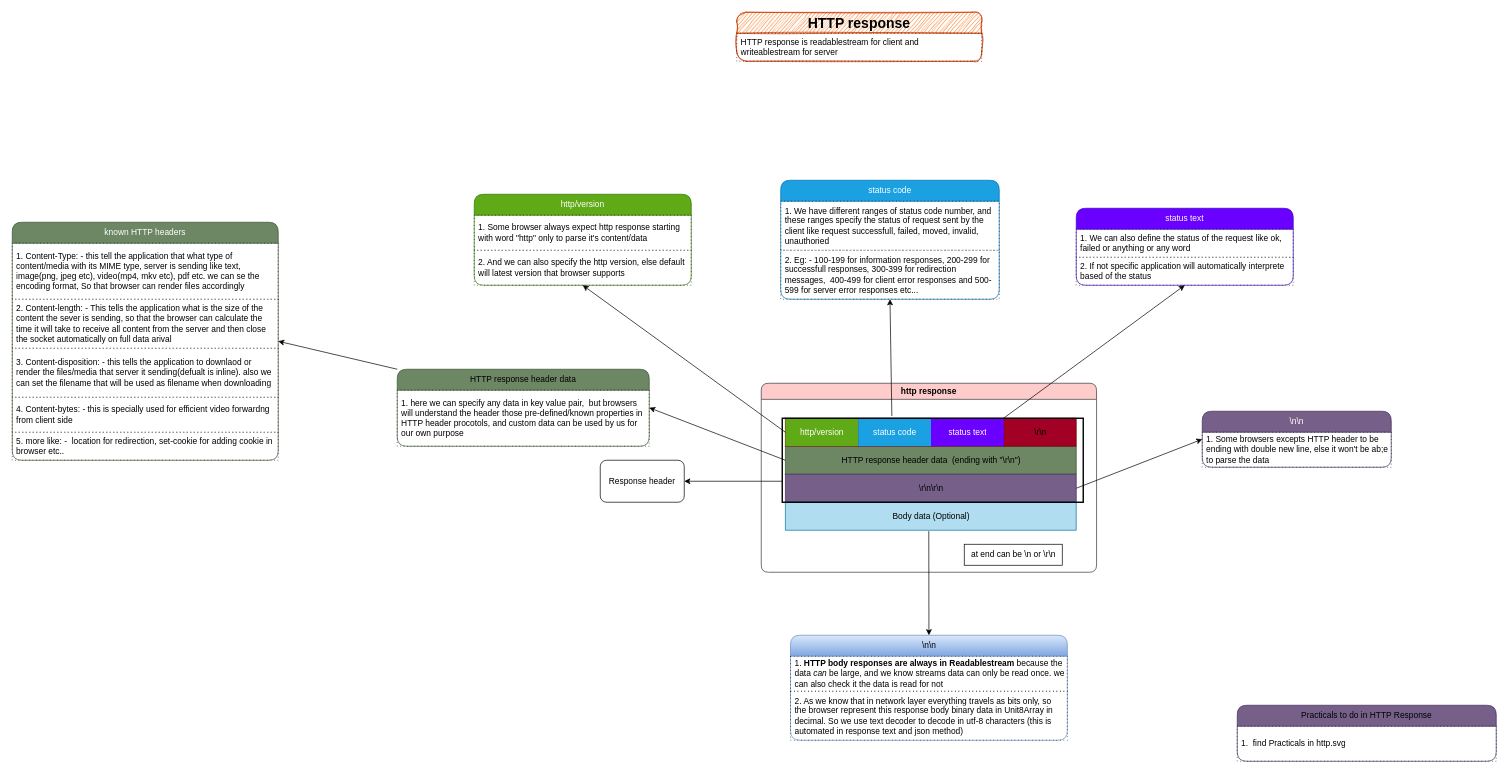
knkrn5/Programming-Concepts keeps this draw.io diagram as computer-networking/protocols/hypertext-transfer-protocol/http-res/httpres.dio. Above is the earlier version. Source tidied: cells renumbered, new cells numbered last; positions are measured from the earlier drawing's top-left corner, leaving out a move shared by most shapes. Both pictures are drawn from the tidied source at 70%, with x=0, y=0 at pixel (12, 12).
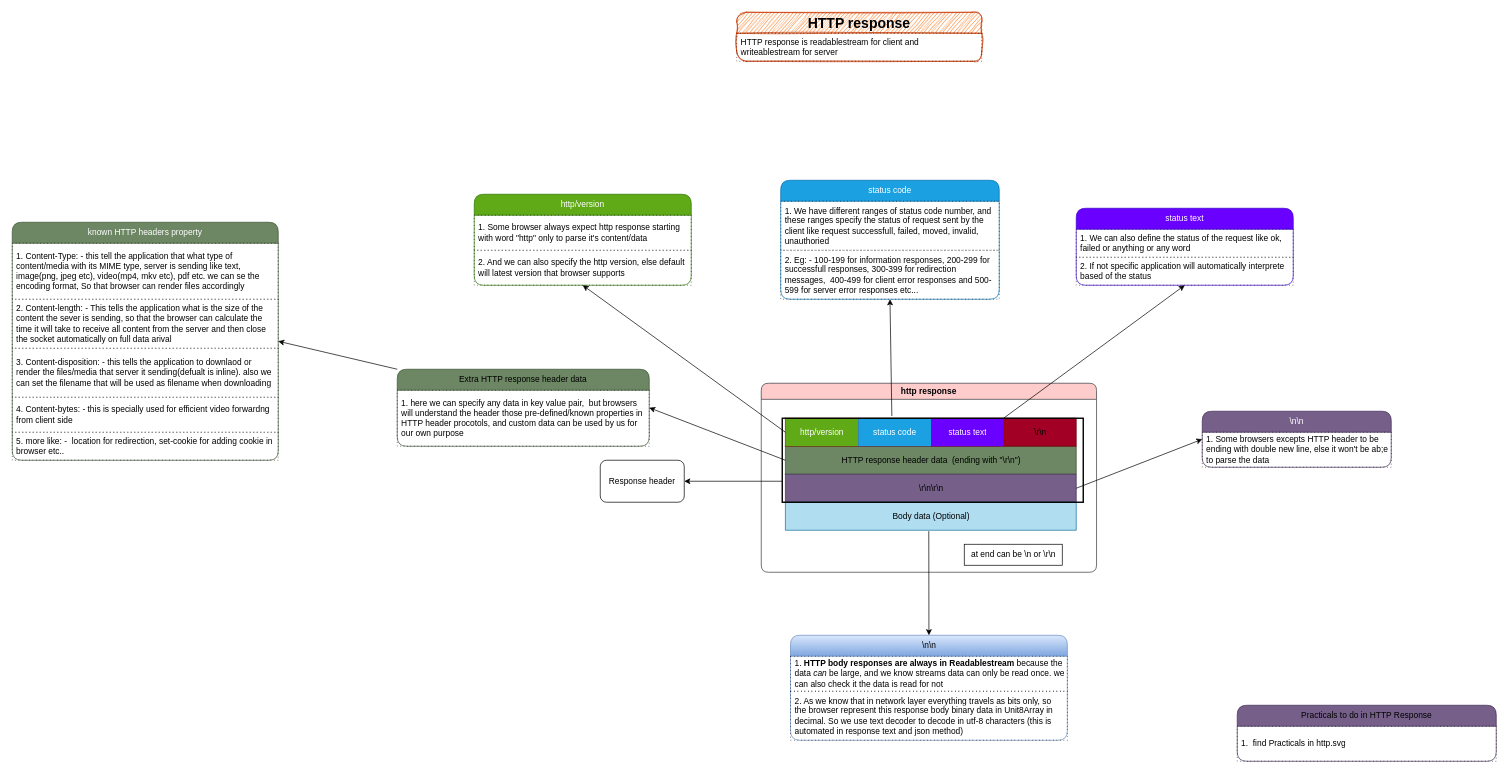
Above is the later version.

Diff of the diagram source:
```diff
@@
-    <mxCell id="24" value="&lt;span&gt;&lt;font style=&quot;color: light-dark(rgb(0, 0, 0), rgb(0, 0, 0));&quot;&gt;HTTP response header data&lt;/font&gt;&lt;/span&gt;" style="swimlane;fontStyle=0;horizontal=1;startSize=30;whiteSpace=wrap;html=1;rounded=1;fillColor=#6d8764;fontColor=#ffffff;strokeColor=#3A5431;" parent="1" vertex="1">
+    <mxCell id="24" value="&lt;span&gt;&lt;font style=&quot;color: light-dark(rgb(0, 0, 0), rgb(0, 0, 0));&quot;&gt;Extra HTTP response header data&lt;/font&gt;&lt;/span&gt;" style="swimlane;fontStyle=0;horizontal=1;startSize=30;whiteSpace=wrap;html=1;rounded=1;fillColor=#6d8764;fontColor=#ffffff;strokeColor=#3A5431;" parent="1" vertex="1">
       <mxGeometry x="550" y="510" width="360" height="110" as="geometry" />
     </mxCell>
@@
-    <mxCell id="26" value="known HTTP headers" style="swimlane;fontStyle=0;horizontal=1;startSize=30;whiteSpace=wrap;html=1;rounded=1;fillColor=#6d8764;fontColor=#ffffff;strokeColor=#3A5431;" parent="1" vertex="1">
+    <mxCell id="26" value="known HTTP headers property" style="swimlane;fontStyle=0;horizontal=1;startSize=30;whiteSpace=wrap;html=1;rounded=1;fillColor=#6d8764;fontColor=#ffffff;strokeColor=#3A5431;" parent="1" vertex="1">
       <mxGeometry y="300" width="380" height="340" as="geometry" />
     </mxCell>
```
